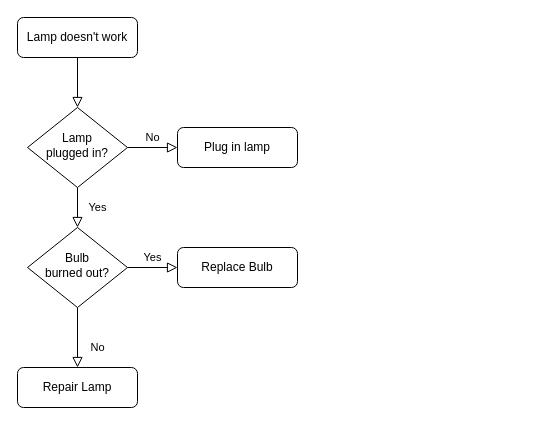
Before: 未命名绘图.drawio in lipeng260/drawio, a draw.io diagram. Source tidied: cells renumbered, new cells numbered last; positions are measured from the earlier drawing's top-left corner, leaving out a move shared by most shapes. Both pictures are drawn from the tidied source at 100%, with x=0, y=0 at pixel (17, 17).
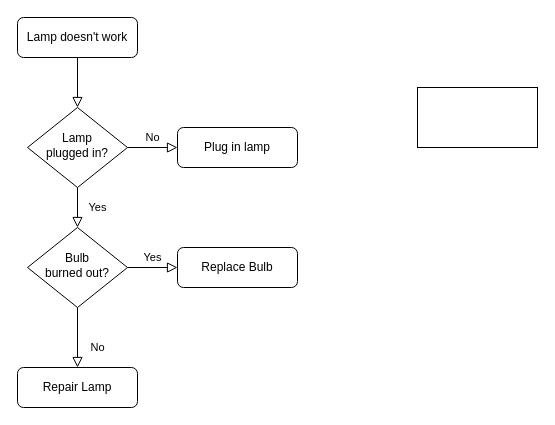
After the change.

Diff of the diagram source:
```diff
@@
 <mxGraphModel>
   <root>
     <mxCell id="0" />
     <mxCell id="1" parent="0" />
     <mxCell id="2" style="rounded=0;html=1;jettySize=auto;fontSize=11;endArrow=block;endFill=0;endSize=8;strokeWidth=1;shadow=0;labelBackgroundColor=none;edgeStyle=orthogonalEdgeStyle;" parent="1" edge="1" source="3" target="6">
       <mxGeometry relative="1" as="geometry" />
     </mxCell>
     <mxCell id="3" value="Lamp doesn't work" style="rounded=1;whiteSpace=wrap;html=1;fontSize=12;glass=0;strokeWidth=1;shadow=0;" parent="1" vertex="1">
       <mxGeometry width="120" height="40" as="geometry" />
     </mxCell>
     <mxCell id="4" value="Yes" style="rounded=0;html=1;jettySize=auto;fontSize=11;endArrow=block;endFill=0;endSize=8;strokeWidth=1;shadow=0;labelBackgroundColor=none;edgeStyle=orthogonalEdgeStyle;" parent="1" edge="1" source="6" target="10">
       <mxGeometry y="20" relative="1" as="geometry" />
     </mxCell>
     <mxCell id="5" value="No" style="edgeStyle=orthogonalEdgeStyle;rounded=0;html=1;jettySize=auto;fontSize=11;endArrow=block;endFill=0;endSize=8;strokeWidth=1;shadow=0;labelBackgroundColor=none;" parent="1" edge="1" source="6" target="7">
       <mxGeometry y="10" relative="1" as="geometry" />
     </mxCell>
     <mxCell id="6" value="Lamp&lt;br&gt;plugged in?" style="rhombus;whiteSpace=wrap;html=1;shadow=0;fontFamily=Helvetica;fontSize=12;align=center;strokeWidth=1;spacing=6;spacingTop=-4;" parent="1" vertex="1">
       <mxGeometry x="10" y="90" width="100" height="80" as="geometry" />
     </mxCell>
     <mxCell id="7" value="Plug in lamp" style="rounded=1;whiteSpace=wrap;html=1;fontSize=12;glass=0;strokeWidth=1;shadow=0;" parent="1" vertex="1">
       <mxGeometry x="160" y="110" width="120" height="40" as="geometry" />
     </mxCell>
     <mxCell id="8" value="No" style="rounded=0;html=1;jettySize=auto;fontSize=11;endArrow=block;endFill=0;endSize=8;strokeWidth=1;shadow=0;labelBackgroundColor=none;edgeStyle=orthogonalEdgeStyle;" parent="1" edge="1" source="10" target="11">
       <mxGeometry x="0.33" y="20" relative="1" as="geometry" />
     </mxCell>
     <mxCell id="9" value="Yes" style="edgeStyle=orthogonalEdgeStyle;rounded=0;html=1;jettySize=auto;fontSize=11;endArrow=block;endFill=0;endSize=8;strokeWidth=1;shadow=0;labelBackgroundColor=none;" parent="1" edge="1" source="10" target="12">
       <mxGeometry y="10" relative="1" as="geometry" />
     </mxCell>
     <mxCell id="10" value="Bulb&lt;br&gt;burned out?" style="rhombus;whiteSpace=wrap;html=1;shadow=0;fontFamily=Helvetica;fontSize=12;align=center;strokeWidth=1;spacing=6;spacingTop=-4;" parent="1" vertex="1">
       <mxGeometry x="10" y="210" width="100" height="80" as="geometry" />
     </mxCell>
     <mxCell id="11" value="Repair Lamp" style="rounded=1;whiteSpace=wrap;html=1;fontSize=12;glass=0;strokeWidth=1;shadow=0;" parent="1" vertex="1">
       <mxGeometry y="350" width="120" height="40" as="geometry" />
     </mxCell>
     <mxCell id="12" value="Replace Bulb" style="rounded=1;whiteSpace=wrap;html=1;fontSize=12;glass=0;strokeWidth=1;shadow=0;" parent="1" vertex="1">
       <mxGeometry x="160" y="230" width="120" height="40" as="geometry" />
     </mxCell>
+    <mxCell id="13" style="rounded=0;whiteSpace=wrap;html=1;" parent="1" vertex="1">
+      <mxGeometry x="400" y="70" width="120" height="60" as="geometry" />
+    </mxCell>
   </root>
 </mxGraphModel>
```
